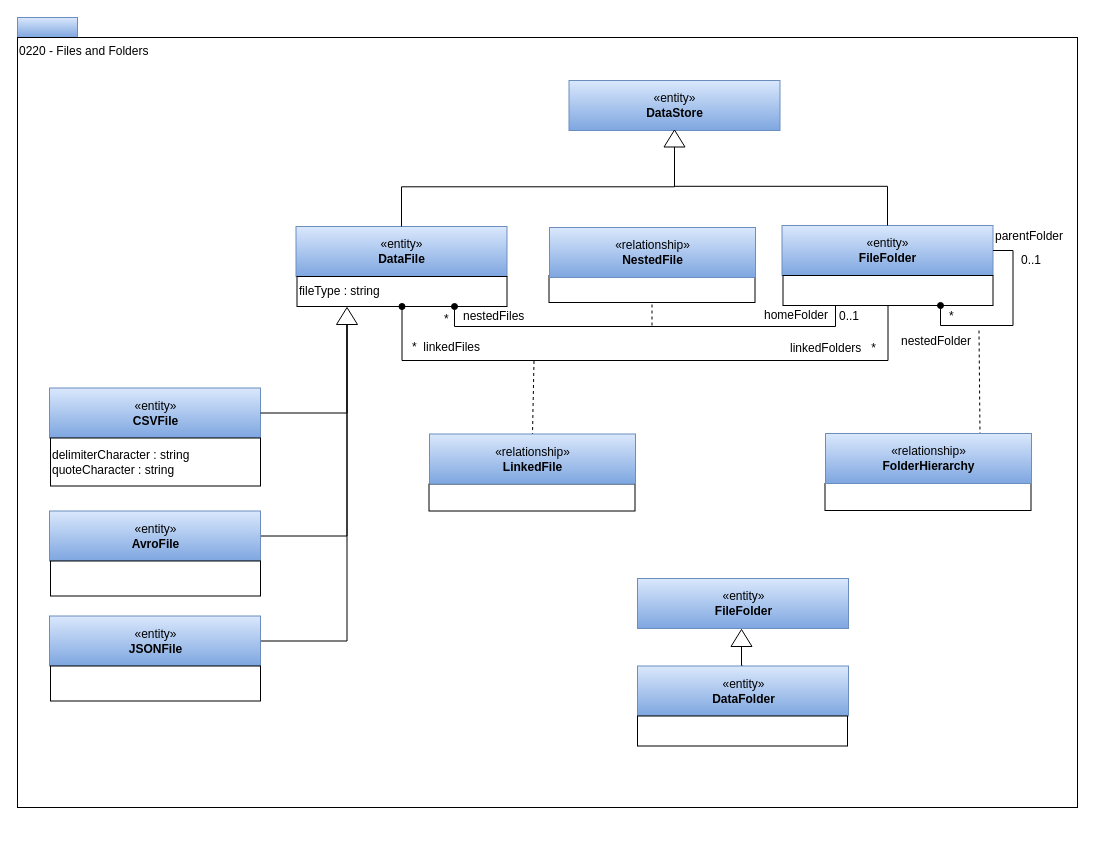
This is page "0220-Files-and-Folders" (8 of 21) of site/docs/types/2/area-2-assets.drawio from odpi/egeria-docs, a draw.io file, before an edit. Source tidied: cells renumbered, new cells numbered last; positions are measured from the earlier drawing's top-left corner, leaving out a move shared by most shapes. Both pictures are drawn from the tidied source at 100%, with x=0, y=0 at pixel (17, 17).
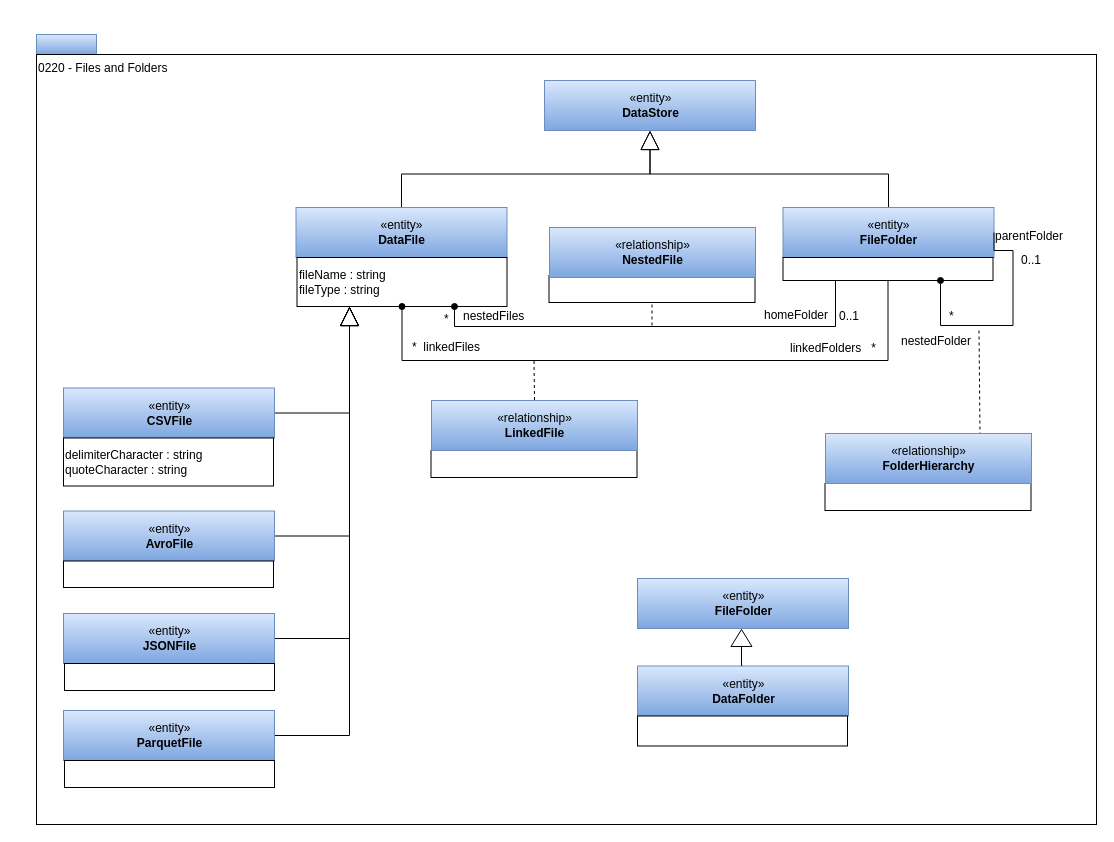
The same page after the edit.

The edit, as a diff of the source:
```diff
@@
     <mxCell id="2" style="rounded=0;whiteSpace=wrap;html=1;align=left;fillColor=#dae8fc;strokeColor=#6c8ebf;gradientColor=#7ea6e0;" parent="1" vertex="1">
-      <mxGeometry width="60" height="20" as="geometry" />
+      <mxGeometry x="19" y="17" width="60" height="20" as="geometry" />
     </mxCell>
     <mxCell id="3" value="0220 - Files and Folders" style="rounded=0;whiteSpace=wrap;html=1;align=left;verticalAlign=top;" parent="1" vertex="1">
-      <mxGeometry y="20" width="1060" height="770" as="geometry" />
+      <mxGeometry x="19" y="37" width="1060" height="770" as="geometry" />
     </mxCell>
+    <mxCell id="49" style="edgeStyle=orthogonalEdgeStyle;rounded=0;jettySize=auto;html=1;exitX=0.5;exitY=0;exitDx=0;exitDy=0;endArrow=block;endFill=0;endSize=17;" parent="1" edge="1" source="4" target="6">
+      <mxGeometry relative="1" as="geometry" />
+    </mxCell>
     <mxCell id="4" value="«entity»&lt;br&gt;&lt;b&gt;FileFolder&lt;/b&gt;" style="html=1;strokeColor=#6c8ebf;align=center;fillColor=#dae8fc;gradientColor=#7ea6e0;" parent="1" vertex="1">
-      <mxGeometry x="764.5" y="208" width="211" height="50" as="geometry" />
+      <mxGeometry x="765.5" y="190" width="211" height="50" as="geometry" />
     </mxCell>
     <mxCell id="5" style="rounded=0;whiteSpace=wrap;html=1;strokeColor=#000000;gradientColor=#ffffff;align=left;" parent="1" vertex="1">
-      <mxGeometry x="765.5" y="258" width="210" height="30" as="geometry" />
+      <mxGeometry x="765.5" y="240" width="210" height="23" as="geometry" />
     </mxCell>
     <mxCell id="6" value="«entity»&lt;br&gt;&lt;b&gt;DataStore&lt;/b&gt;" style="html=1;strokeColor=#6c8ebf;align=center;fillColor=#dae8fc;gradientColor=#7ea6e0;" parent="1" vertex="1">
-      <mxGeometry x="551.5" y="63" width="211" height="50" as="geometry" />
+      <mxGeometry x="527" y="63" width="211" height="50" as="geometry" />
     </mxCell>
+    <mxCell id="50" style="edgeStyle=orthogonalEdgeStyle;rounded=0;jettySize=auto;html=1;exitX=0.5;exitY=0;exitDx=0;exitDy=0;entryX=0.5;entryY=1;entryDx=0;entryDy=0;endArrow=block;endFill=0;endSize=17;" parent="1" edge="1" source="7" target="6">
+      <mxGeometry relative="1" as="geometry" />
+    </mxCell>
     <mxCell id="7" value="«entity»&lt;br&gt;&lt;b&gt;DataFile&lt;/b&gt;" style="html=1;strokeColor=#6c8ebf;align=center;fillColor=#dae8fc;gradientColor=#7ea6e0;" parent="1" vertex="1">
-      <mxGeometry x="278.5" y="209" width="211" height="50" as="geometry" />
+      <mxGeometry x="278.5" y="190" width="211" height="50" as="geometry" />
     </mxCell>
-    <mxCell id="8" value="fileType : string" style="rounded=0;whiteSpace=wrap;html=1;strokeColor=#000000;gradientColor=#ffffff;align=left;" parent="1" vertex="1">
-      <mxGeometry x="279.5" y="259" width="210" height="30" as="geometry" />
+    <mxCell id="8" value="fileName : string&lt;br&gt;fileType : string" style="rounded=0;whiteSpace=wrap;html=1;strokeColor=#000000;gradientColor=#ffffff;align=left;" parent="1" vertex="1">
+      <mxGeometry x="279.5" y="240" width="210" height="49" as="geometry" />
     </mxCell>
-    <mxCell id="9" style="edgeStyle=orthogonalEdgeStyle;rounded=0;jettySize=auto;html=1;exitX=0;exitY=0.5;exitDx=0;exitDy=0;endArrow=none;endFill=0;" parent="1" edge="1" source="11" target="4">
-      <mxGeometry relative="1" as="geometry" />
-    </mxCell>
-    <mxCell id="10" style="edgeStyle=orthogonalEdgeStyle;rounded=0;jettySize=auto;html=1;exitX=0;exitY=0.5;exitDx=0;exitDy=0;endArrow=none;endFill=0;" parent="1" edge="1" source="11" target="7">
-      <mxGeometry relative="1" as="geometry" />
-    </mxCell>
-    <mxCell id="11" style="triangle;whiteSpace=wrap;html=1;strokeColor=#000000;gradientColor=#ffffff;align=center;rotation=-90;" parent="1" vertex="1">
-      <mxGeometry x="648.5" y="110.5" width="17" height="21" as="geometry" />
-    </mxCell>
+    <mxCell id="51" style="edgeStyle=orthogonalEdgeStyle;rounded=0;jettySize=auto;html=1;exitX=1;exitY=0.5;exitDx=0;exitDy=0;endArrow=block;endFill=0;endSize=17;entryX=0.25;entryY=1;entryDx=0;entryDy=0;" parent="1" edge="1" source="12" target="8">
+      <mxGeometry relative="1" as="geometry" />
+    </mxCell>
     <mxCell id="12" value="«entity»&lt;br&gt;&lt;b&gt;CSVFile&lt;/b&gt;" style="html=1;strokeColor=#6c8ebf;align=center;fillColor=#dae8fc;gradientColor=#7ea6e0;" parent="1" vertex="1">
-      <mxGeometry x="32" y="370.5" width="211" height="50" as="geometry" />
+      <mxGeometry x="46" y="370.5" width="211" height="50" as="geometry" />
     </mxCell>
     <mxCell id="13" value="delimiterCharacter : string&lt;br&gt;quoteCharacter : string" style="rounded=0;whiteSpace=wrap;html=1;strokeColor=#000000;gradientColor=#ffffff;align=left;" parent="1" vertex="1">
-      <mxGeometry x="33" y="420.5" width="210" height="48" as="geometry" />
+      <mxGeometry x="46" y="420.5" width="210" height="48" as="geometry" />
     </mxCell>
-    <mxCell id="14" style="edgeStyle=orthogonalEdgeStyle;rounded=0;jettySize=auto;html=1;exitX=0;exitY=0.5;exitDx=0;exitDy=0;entryX=1;entryY=0.5;entryDx=0;entryDy=0;endArrow=none;endFill=0;" parent="1" edge="1" source="17" target="12">
-      <mxGeometry relative="1" as="geometry" />
-    </mxCell>
-    <mxCell id="15" style="edgeStyle=orthogonalEdgeStyle;rounded=0;jettySize=auto;html=1;exitX=0;exitY=0.5;exitDx=0;exitDy=0;entryX=1;entryY=0.5;entryDx=0;entryDy=0;endArrow=none;endFill=0;" parent="1" edge="1" source="17" target="18">
-      <mxGeometry relative="1" as="geometry" />
-    </mxCell>
-    <mxCell id="16" style="edgeStyle=orthogonalEdgeStyle;rounded=0;jettySize=auto;html=1;exitX=0;exitY=0.5;exitDx=0;exitDy=0;entryX=1;entryY=0.5;entryDx=0;entryDy=0;endArrow=none;endFill=0;" parent="1" edge="1" source="17" target="20">
-      <mxGeometry relative="1" as="geometry" />
-    </mxCell>
-    <mxCell id="17" style="triangle;whiteSpace=wrap;html=1;strokeColor=#000000;gradientColor=#ffffff;align=center;rotation=-90;" parent="1" vertex="1">
-      <mxGeometry x="321" y="288" width="17" height="21" as="geometry" />
-    </mxCell>
+    <mxCell id="52" style="edgeStyle=orthogonalEdgeStyle;rounded=0;jettySize=auto;html=1;exitX=1;exitY=0.5;exitDx=0;exitDy=0;entryX=0.25;entryY=1;entryDx=0;entryDy=0;endArrow=block;endFill=0;endSize=17;" parent="1" edge="1" source="18" target="8">
+      <mxGeometry relative="1" as="geometry" />
+    </mxCell>
     <mxCell id="18" value="«entity»&lt;br&gt;&lt;b&gt;AvroFile&lt;/b&gt;" style="html=1;strokeColor=#6c8ebf;align=center;fillColor=#dae8fc;gradientColor=#7ea6e0;" parent="1" vertex="1">
-      <mxGeometry x="32" y="493.5" width="211" height="50" as="geometry" />
+      <mxGeometry x="46" y="493.5" width="211" height="50" as="geometry" />
     </mxCell>
     <mxCell id="19" style="rounded=0;whiteSpace=wrap;html=1;strokeColor=#000000;gradientColor=#ffffff;align=left;" parent="1" vertex="1">
-      <mxGeometry x="33" y="543.5" width="210" height="35" as="geometry" />
+      <mxGeometry x="46" y="543.5" width="210" height="26.5" as="geometry" />
     </mxCell>
+    <mxCell id="53" style="edgeStyle=orthogonalEdgeStyle;rounded=0;jettySize=auto;html=1;exitX=1;exitY=0.5;exitDx=0;exitDy=0;entryX=0.25;entryY=1;entryDx=0;entryDy=0;endArrow=block;endFill=0;endSize=17;" parent="1" edge="1" source="20" target="8">
+      <mxGeometry relative="1" as="geometry" />
+    </mxCell>
     <mxCell id="20" value="«entity»&lt;br&gt;&lt;b&gt;JSONFile&lt;/b&gt;" style="html=1;strokeColor=#6c8ebf;align=center;fillColor=#dae8fc;gradientColor=#7ea6e0;" parent="1" vertex="1">
-      <mxGeometry x="32" y="598.5" width="211" height="50" as="geometry" />
+      <mxGeometry x="46" y="596" width="211" height="50" as="geometry" />
     </mxCell>
-    <mxCell id="21" style="rounded=0;whiteSpace=wrap;html=1;strokeColor=#000000;gradientColor=#ffffff;align=left;" parent="1" vertex="1">
-      <mxGeometry x="33" y="648.5" width="210" height="35" as="geometry" />
-    </mxCell>
@@
     <mxCell id="26" style="rounded=0;whiteSpace=wrap;html=1;strokeColor=#000000;gradientColor=#ffffff;align=left;" parent="1" vertex="1">
-      <mxGeometry x="411.5" y="466.5" width="206" height="27" as="geometry" />
+      <mxGeometry x="413.5" y="433" width="206" height="27" as="geometry" />
     </mxCell>
     <mxCell id="27" value="«relationship»&lt;br&gt;&lt;b&gt;LinkedFile&lt;/b&gt;" style="html=1;strokeColor=#6c8ebf;align=center;fillColor=#dae8fc;gradientColor=#7ea6e0;" parent="1" vertex="1">
-      <mxGeometry x="412" y="416.5" width="206" height="50" as="geometry" />
+      <mxGeometry x="414" y="383" width="206" height="50" as="geometry" />
     </mxCell>
@@
+    <mxCell id="54" style="edgeStyle=orthogonalEdgeStyle;rounded=0;jettySize=auto;html=1;exitX=1;exitY=0.5;exitDx=0;exitDy=0;entryX=0.25;entryY=1;entryDx=0;entryDy=0;endArrow=block;endFill=0;endSize=17;" parent="1" edge="1" source="55" target="8">
+      <mxGeometry relative="1" as="geometry" />
+    </mxCell>
+    <mxCell id="55" value="«entity»&lt;br&gt;&lt;b&gt;ParquetFile&lt;/b&gt;" style="html=1;strokeColor=#6c8ebf;align=center;fillColor=#dae8fc;gradientColor=#7ea6e0;" parent="1" vertex="1">
+      <mxGeometry x="46" y="693" width="211" height="50" as="geometry" />
+    </mxCell>
+    <mxCell id="56" style="rounded=0;whiteSpace=wrap;html=1;strokeColor=#000000;gradientColor=#ffffff;align=left;" parent="1" vertex="1">
+      <mxGeometry x="47" y="743" width="210" height="27" as="geometry" />
+    </mxCell>
+    <mxCell id="57" style="rounded=0;whiteSpace=wrap;html=1;strokeColor=#000000;gradientColor=#ffffff;align=left;" parent="1" vertex="1">
+      <mxGeometry x="47" y="646" width="210" height="27" as="geometry" />
+    </mxCell>
```
